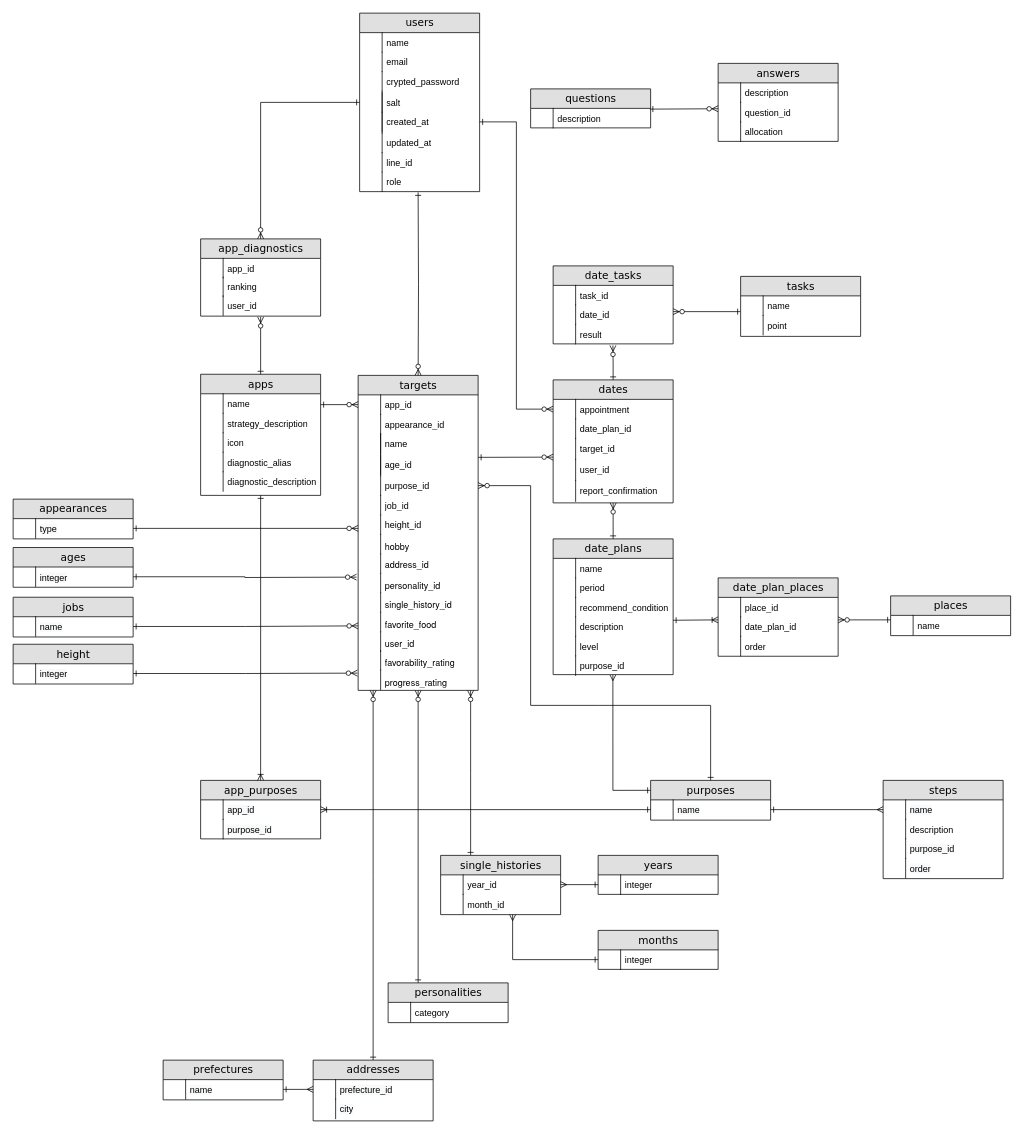
Earlier version of the draw.io diagram Untitled Diagram.drawio (kstar0102/ryuki0102). Source tidied: cells renumbered, new cells numbered last; positions are measured from the earlier drawing's top-left corner, leaving out a move shared by most shapes. Both pictures are drawn from the tidied source at 75%, with x=0, y=0 at pixel (13, 13).
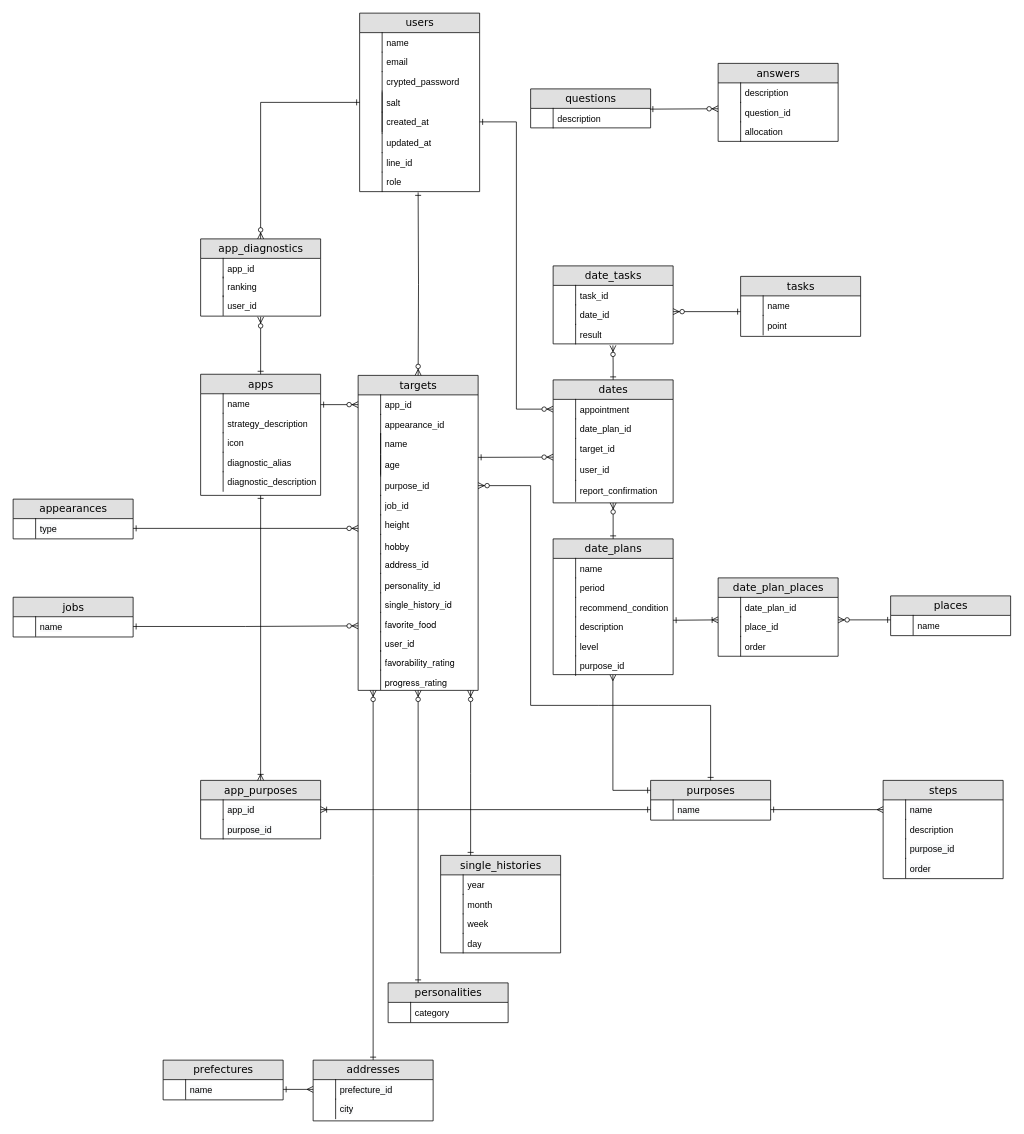
The same page after the edit.

Unchanged cells that the change refers to:
```xml
<mxCell id="91" value="&lt;p class=&quot;p1&quot; style=&quot;margin: 0px ; font-stretch: normal ; line-height: normal&quot;&gt;&lt;font face=&quot;helvetica neue&quot;&gt;progress_rating&lt;/font&gt;&lt;/p&gt;" style="shape=partialRectangle;top=0;left=0;right=0;bottom=0;html=1;align=left;verticalAlign=top;fillColor=none;spacingLeft=34;spacingRight=4;whiteSpace=wrap;overflow=hidden;points=[[0,0.5],[1,0.5]];portConstraint=eastwest;" parent="1" vertex="1">
  <mxGeometry x="460" y="876" width="160" height="36" as="geometry" />
</mxCell>
<mxCell id="150" value="date_plan_places" style="swimlane;html=1;fontStyle=0;horizontal=1;startSize=26;fillColor=#e0e0e0;swimlaneFillColor=#ffffff;align=center;rounded=0;shadow=0;comic=0;labelBackgroundColor=none;strokeWidth=1;fontFamily=Verdana;fontSize=14;" parent="1" vertex="1">
  <mxGeometry x="940" y="753" width="160" height="104.5" as="geometry" />
</mxCell>
```

The edit, as a diff of the source:
```diff
@@
-    <mxCell id="28" value="age_id" style="shape=partialRectangle;top=0;left=0;right=0;bottom=0;html=1;align=left;verticalAlign=top;fillColor=none;spacingLeft=34;spacingRight=4;whiteSpace=wrap;overflow=hidden;" parent="1" vertex="1">
+    <mxCell id="28" value="age" style="shape=partialRectangle;top=0;left=0;right=0;bottom=0;html=1;align=left;verticalAlign=top;fillColor=none;spacingLeft=34;spacingRight=4;whiteSpace=wrap;overflow=hidden;" parent="1" vertex="1">
       <mxGeometry x="460" y="589" width="160" height="26" as="geometry" />
     </mxCell>
@@
-    <mxCell id="34" value="height_id" style="shape=partialRectangle;top=0;left=0;right=0;bottom=0;html=1;align=left;verticalAlign=top;fillColor=none;spacingLeft=34;spacingRight=4;whiteSpace=wrap;overflow=hidden;points=[[0,0.5],[1,0.5]];portConstraint=eastwest;" parent="1" vertex="1">
+    <mxCell id="34" value="height" style="shape=partialRectangle;top=0;left=0;right=0;bottom=0;html=1;align=left;verticalAlign=top;fillColor=none;spacingLeft=34;spacingRight=4;whiteSpace=wrap;overflow=hidden;points=[[0,0.5],[1,0.5]];portConstraint=eastwest;" parent="1" vertex="1">
       <mxGeometry x="460" y="669" width="160" height="36" as="geometry" />
     </mxCell>
@@
+    <mxCell id="153" value="date_plan_id" style="shape=partialRectangle;top=0;left=0;right=0;bottom=0;html=1;align=left;verticalAlign=top;fillColor=none;spacingLeft=34;spacingRight=4;whiteSpace=wrap;overflow=hidden;" parent="150" vertex="1">
+      <mxGeometry y="26" width="160" height="26" as="geometry" />
+    </mxCell>
+    <mxCell id="154" style="shape=partialRectangle;top=0;left=0;bottom=0;html=1;fillColor=none;align=left;verticalAlign=top;spacingLeft=4;spacingRight=4;whiteSpace=wrap;overflow=hidden;" parent="153" vertex="1">
+      <mxGeometry width="30" height="26" as="geometry" />
+    </mxCell>
     <mxCell id="151" value="place_id" style="shape=partialRectangle;top=0;left=0;right=0;bottom=0;html=1;align=left;verticalAlign=top;fillColor=none;spacingLeft=34;spacingRight=4;whiteSpace=wrap;overflow=hidden;" parent="150" vertex="1">
-      <mxGeometry y="26" width="160" height="26" as="geometry" />
+      <mxGeometry y="52" width="160" height="26" as="geometry" />
     </mxCell>
@@
-    <mxCell id="153" value="date_plan_id" style="shape=partialRectangle;top=0;left=0;right=0;bottom=0;html=1;align=left;verticalAlign=top;fillColor=none;spacingLeft=34;spacingRight=4;whiteSpace=wrap;overflow=hidden;" parent="150" vertex="1">
-      <mxGeometry y="52" width="160" height="26" as="geometry" />
-    </mxCell>
-    <mxCell id="154" style="shape=partialRectangle;top=0;left=0;bottom=0;html=1;fillColor=none;align=left;verticalAlign=top;spacingLeft=4;spacingRight=4;whiteSpace=wrap;overflow=hidden;" parent="153" vertex="1">
-      <mxGeometry width="30" height="26" as="geometry" />
-    </mxCell>
@@
-    <mxCell id="165" value="ages" style="swimlane;html=1;fontStyle=0;horizontal=1;startSize=26;fillColor=#e0e0e0;swimlaneFillColor=#ffffff;align=center;rounded=0;shadow=0;comic=0;labelBackgroundColor=none;strokeWidth=1;fontFamily=Verdana;fontSize=14;" parent="1" vertex="1">
-      <mxGeometry y="712.5" width="160" height="53" as="geometry" />
-    </mxCell>
-    <mxCell id="166" value="&lt;span style=&quot;color: rgb(0 , 0 , 0) ; font-family: &amp;#34;helvetica&amp;#34; ; font-size: 12px ; font-style: normal ; font-weight: 400 ; letter-spacing: normal ; text-align: left ; text-indent: 0px ; text-transform: none ; word-spacing: 0px ; background-color: rgb(248 , 249 , 250) ; display: inline ; float: none&quot;&gt;integer&lt;/span&gt;" style="shape=partialRectangle;top=0;left=0;right=0;bottom=0;html=1;align=left;verticalAlign=top;fillColor=none;spacingLeft=34;spacingRight=4;whiteSpace=wrap;overflow=hidden;points=[[0,0.5],[1,0.5]];portConstraint=eastwest;" parent="165" vertex="1">
-      <mxGeometry y="26" width="160" height="26" as="geometry" />
-    </mxCell>
-    <mxCell id="167" style="shape=partialRectangle;top=0;left=0;bottom=0;html=1;fillColor=none;align=left;verticalAlign=top;spacingLeft=4;spacingRight=4;whiteSpace=wrap;overflow=hidden;" parent="166" vertex="1">
-      <mxGeometry width="30" height="26" as="geometry" />
-    </mxCell>
@@
-    <mxCell id="171" value="height" style="swimlane;html=1;fontStyle=0;horizontal=1;startSize=26;fillColor=#e0e0e0;swimlaneFillColor=#ffffff;align=center;rounded=0;shadow=0;comic=0;labelBackgroundColor=none;strokeWidth=1;fontFamily=Verdana;fontSize=14;" parent="1" vertex="1">
-      <mxGeometry y="841.5" width="160" height="53" as="geometry" />
-    </mxCell>
-    <mxCell id="172" value="&lt;span style=&quot;color: rgb(0 , 0 , 0) ; font-family: &amp;#34;helvetica&amp;#34; ; font-size: 12px ; font-style: normal ; font-weight: 400 ; letter-spacing: normal ; text-align: left ; text-indent: 0px ; text-transform: none ; word-spacing: 0px ; background-color: rgb(248 , 249 , 250) ; display: inline ; float: none&quot;&gt;integer&lt;/span&gt;" style="shape=partialRectangle;top=0;left=0;right=0;bottom=0;html=1;align=left;verticalAlign=top;fillColor=none;spacingLeft=34;spacingRight=4;whiteSpace=wrap;overflow=hidden;points=[[0,0.5],[1,0.5]];portConstraint=eastwest;" parent="171" vertex="1">
-      <mxGeometry y="26" width="160" height="26" as="geometry" />
-    </mxCell>
-    <mxCell id="173" style="shape=partialRectangle;top=0;left=0;bottom=0;html=1;fillColor=none;align=left;verticalAlign=top;spacingLeft=4;spacingRight=4;whiteSpace=wrap;overflow=hidden;" parent="172" vertex="1">
-      <mxGeometry width="30" height="26" as="geometry" />
-    </mxCell>
@@
-    <mxCell id="189" style="edgeStyle=orthogonalEdgeStyle;rounded=0;jettySize=auto;html=1;exitX=1;exitY=0.5;exitDx=0;exitDy=0;startArrow=ERone;startFill=0;endArrow=ERzeroToMany;endFill=1;" parent="1" edge="1" source="166">
-      <mxGeometry relative="1" as="geometry">
-        <mxPoint x="458" y="752" as="targetPoint" />
-      </mxGeometry>
-    </mxCell>
@@
-    <mxCell id="191" style="edgeStyle=orthogonalEdgeStyle;rounded=0;jettySize=auto;html=1;exitX=1;exitY=0.5;exitDx=0;exitDy=0;entryX=-0.006;entryY=0.111;entryDx=0;entryDy=0;startArrow=ERone;startFill=0;endArrow=ERzeroToMany;endFill=1;entryPerimeter=0;" parent="1" edge="1" source="172" target="91">
-      <mxGeometry relative="1" as="geometry" />
-    </mxCell>
@@
     <mxCell id="193" value="single_histories" style="swimlane;html=1;fontStyle=0;horizontal=1;startSize=26;fillColor=#e0e0e0;swimlaneFillColor=#ffffff;align=center;rounded=0;shadow=0;comic=0;labelBackgroundColor=none;strokeWidth=1;fontFamily=Verdana;fontSize=14;" parent="1" vertex="1">
-      <mxGeometry x="570" y="1123" width="160" height="79" as="geometry" />
+      <mxGeometry x="570" y="1123" width="160" height="130" as="geometry" />
     </mxCell>
-    <mxCell id="194" value="&lt;font face=&quot;helvetica&quot;&gt;year_id&lt;/font&gt;" style="shape=partialRectangle;top=0;left=0;right=0;bottom=0;html=1;align=left;verticalAlign=top;fillColor=none;spacingLeft=34;spacingRight=4;whiteSpace=wrap;overflow=hidden;points=[[0,0.5],[1,0.5]];portConstraint=eastwest;" parent="193" vertex="1">
+    <mxCell id="194" value="&lt;font face=&quot;helvetica&quot;&gt;year&lt;/font&gt;" style="shape=partialRectangle;top=0;left=0;right=0;bottom=0;html=1;align=left;verticalAlign=top;fillColor=none;spacingLeft=34;spacingRight=4;whiteSpace=wrap;overflow=hidden;points=[[0,0.5],[1,0.5]];portConstraint=eastwest;" parent="193" vertex="1">
       <mxGeometry y="26" width="160" height="26" as="geometry" />
     </mxCell>
@@
-    <mxCell id="196" value="&lt;font face=&quot;helvetica&quot;&gt;month_id&lt;/font&gt;" style="shape=partialRectangle;top=0;left=0;right=0;bottom=0;html=1;align=left;verticalAlign=top;fillColor=none;spacingLeft=34;spacingRight=4;whiteSpace=wrap;overflow=hidden;points=[[0,0.5],[1,0.5]];portConstraint=eastwest;" parent="193" vertex="1">
+    <mxCell id="196" value="&lt;font face=&quot;helvetica&quot;&gt;month&lt;/font&gt;" style="shape=partialRectangle;top=0;left=0;right=0;bottom=0;html=1;align=left;verticalAlign=top;fillColor=none;spacingLeft=34;spacingRight=4;whiteSpace=wrap;overflow=hidden;points=[[0,0.5],[1,0.5]];portConstraint=eastwest;" parent="193" vertex="1">
       <mxGeometry y="52" width="160" height="26" as="geometry" />
     </mxCell>
@@
-    <mxCell id="198" value="years" style="swimlane;html=1;fontStyle=0;horizontal=1;startSize=26;fillColor=#e0e0e0;swimlaneFillColor=#ffffff;align=center;rounded=0;shadow=0;comic=0;labelBackgroundColor=none;strokeWidth=1;fontFamily=Verdana;fontSize=14;" parent="1" vertex="1">
-      <mxGeometry x="780" y="1123" width="160" height="52" as="geometry" />
-    </mxCell>
-    <mxCell id="199" value="&lt;font face=&quot;helvetica&quot;&gt;integer&lt;/font&gt;" style="shape=partialRectangle;top=0;left=0;right=0;bottom=0;html=1;align=left;verticalAlign=top;fillColor=none;spacingLeft=34;spacingRight=4;whiteSpace=wrap;overflow=hidden;points=[[0,0.5],[1,0.5]];portConstraint=eastwest;" parent="198" vertex="1">
-      <mxGeometry y="26" width="160" height="26" as="geometry" />
-    </mxCell>
-    <mxCell id="200" style="shape=partialRectangle;top=0;left=0;bottom=0;html=1;fillColor=none;align=left;verticalAlign=top;spacingLeft=4;spacingRight=4;whiteSpace=wrap;overflow=hidden;" parent="199" vertex="1">
-      <mxGeometry width="30" height="26" as="geometry" />
-    </mxCell>
-    <mxCell id="201" value="months" style="swimlane;html=1;fontStyle=0;horizontal=1;startSize=26;fillColor=#e0e0e0;swimlaneFillColor=#ffffff;align=center;rounded=0;shadow=0;comic=0;labelBackgroundColor=none;strokeWidth=1;fontFamily=Verdana;fontSize=14;" parent="1" vertex="1">
-      <mxGeometry x="780" y="1223" width="160" height="52" as="geometry" />
-    </mxCell>
-    <mxCell id="202" value="&lt;font face=&quot;helvetica&quot;&gt;integer&lt;/font&gt;" style="shape=partialRectangle;top=0;left=0;right=0;bottom=0;html=1;align=left;verticalAlign=top;fillColor=none;spacingLeft=34;spacingRight=4;whiteSpace=wrap;overflow=hidden;points=[[0,0.5],[1,0.5]];portConstraint=eastwest;" parent="201" vertex="1">
-      <mxGeometry y="26" width="160" height="26" as="geometry" />
-    </mxCell>
-    <mxCell id="203" style="shape=partialRectangle;top=0;left=0;bottom=0;html=1;fillColor=none;align=left;verticalAlign=top;spacingLeft=4;spacingRight=4;whiteSpace=wrap;overflow=hidden;" parent="202" vertex="1">
-      <mxGeometry width="30" height="26" as="geometry" />
-    </mxCell>
-    <mxCell id="204" style="edgeStyle=orthogonalEdgeStyle;rounded=0;jettySize=auto;html=1;exitX=0;exitY=0.5;exitDx=0;exitDy=0;entryX=1;entryY=0.5;entryDx=0;entryDy=0;startArrow=ERone;startFill=0;endArrow=ERmany;endFill=0;" parent="1" edge="1" source="199" target="194">
-      <mxGeometry relative="1" as="geometry" />
-    </mxCell>
-    <mxCell id="205" style="edgeStyle=orthogonalEdgeStyle;rounded=0;jettySize=auto;html=1;exitX=0;exitY=0.5;exitDx=0;exitDy=0;entryX=0.6;entryY=1.038;entryDx=0;entryDy=0;entryPerimeter=0;startArrow=ERone;startFill=0;endArrow=ERmany;endFill=0;" parent="1" edge="1" source="202" target="196">
-      <mxGeometry relative="1" as="geometry" />
-    </mxCell>
+    <mxCell id="206" value="&lt;font face=&quot;helvetica&quot;&gt;week&lt;/font&gt;" style="shape=partialRectangle;top=0;left=0;right=0;bottom=0;html=1;align=left;verticalAlign=top;fillColor=none;spacingLeft=34;spacingRight=4;whiteSpace=wrap;overflow=hidden;" parent="1" vertex="1">
+      <mxGeometry x="570" y="1201" width="160" height="26" as="geometry" />
+    </mxCell>
+    <mxCell id="207" style="shape=partialRectangle;top=0;left=0;bottom=0;html=1;fillColor=none;align=left;verticalAlign=top;spacingLeft=4;spacingRight=4;whiteSpace=wrap;overflow=hidden;" parent="206" vertex="1">
+      <mxGeometry width="30" height="26" as="geometry" />
+    </mxCell>
+    <mxCell id="208" value="&lt;font face=&quot;helvetica&quot;&gt;day&lt;/font&gt;" style="shape=partialRectangle;top=0;left=0;right=0;bottom=0;html=1;align=left;verticalAlign=top;fillColor=none;spacingLeft=34;spacingRight=4;whiteSpace=wrap;overflow=hidden;" parent="1" vertex="1">
+      <mxGeometry x="570" y="1227" width="160" height="26" as="geometry" />
+    </mxCell>
+    <mxCell id="209" style="shape=partialRectangle;top=0;left=0;bottom=0;html=1;fillColor=none;align=left;verticalAlign=top;spacingLeft=4;spacingRight=4;whiteSpace=wrap;overflow=hidden;" parent="208" vertex="1">
+      <mxGeometry width="30" height="26" as="geometry" />
+    </mxCell>
```
